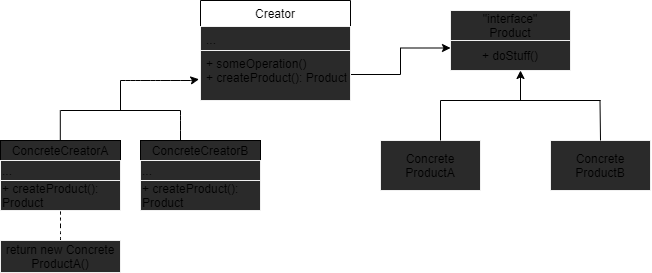
Above: DesignPatterns/Creational Design Patterns/Factory/diagram.drawio.png in youngboy-who-wants-to-learn-js/OOP (draw.io), before the change. Source tidied: cells renumbered, new cells last; positions are measured from the earlier drawing's top-left corner, leaving out a move shared by most shapes.
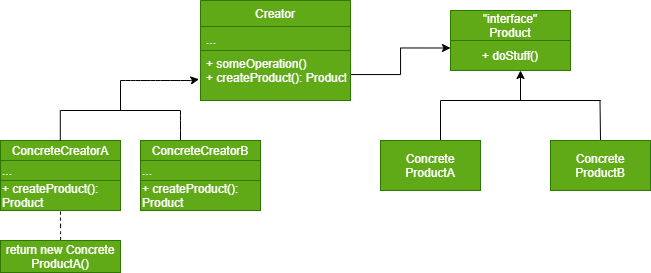
After the change.

Diff of the diagram source:
```diff
@@ -5,16 +5,16 @@
     <mxCell id="2" style="edgeStyle=orthogonalEdgeStyle;rounded=0;jettySize=auto;html=1;exitX=1;exitY=1;exitDx=0;exitDy=0;entryX=0;entryY=0.25;entryDx=0;entryDy=0;" parent="1" edge="1" source="3" target="7">
       <mxGeometry relative="1" as="geometry" />
     </mxCell>
-    <mxCell id="3" value="Creator" style="swimlane;fontStyle=0;horizontal=1;startSize=26;" parent="1" vertex="1">
+    <mxCell id="3" value="Creator" style="swimlane;fontStyle=0;horizontal=1;startSize=26;fillColor=#60a917;strokeColor=#2D7600;fontColor=#ffffff;" parent="1" vertex="1">
       <mxGeometry x="200" width="150" height="54" as="geometry" />
     </mxCell>
-    <mxCell id="4" value="..." style="text;align=left;verticalAlign=top;spacingLeft=4;spacingRight=4;overflow=hidden;fillColor=#2a2a2a;strokeColor=#f0f0f0;" parent="3" vertex="1">
+    <mxCell id="4" value="..." style="text;align=left;verticalAlign=top;spacingLeft=4;spacingRight=4;overflow=hidden;fillColor=#60a917;strokeColor=#2D7600;fontColor=#ffffff;" parent="3" vertex="1">
       <mxGeometry y="26" width="150" height="28" as="geometry" />
     </mxCell>
-    <mxCell id="5" value="+ someOperation()&#10;+ createProduct(): Product" style="text;align=left;verticalAlign=top;spacingLeft=4;spacingRight=4;overflow=hidden;points=[[0,0.5],[1,0.5]];portConstraint=eastwest;fillColor=#2a2a2a;strokeColor=#f0f0f0;" parent="1" vertex="1">
+    <mxCell id="5" value="+ someOperation()&#10;+ createProduct(): Product" style="text;align=left;verticalAlign=top;spacingLeft=4;spacingRight=4;overflow=hidden;points=[[0,0.5],[1,0.5]];portConstraint=eastwest;fillColor=#60a917;strokeColor=#2D7600;fontColor=#ffffff;" parent="1" vertex="1">
       <mxGeometry x="200" y="50" width="150" height="50" as="geometry" />
     </mxCell>
-    <mxCell id="6" value="&quot;interface&quot;&lt;br&gt;Product" style="rounded=0;whiteSpace=wrap;html=1;strokeColor=#f0f0f0;fillColor=#2a2a2a;" parent="1" vertex="1">
+    <mxCell id="6" value="&quot;interface&quot;&lt;br&gt;Product" style="rounded=0;whiteSpace=wrap;html=1;strokeColor=#2D7600;fillColor=#60a917;fontColor=#ffffff;" parent="1" vertex="1">
       <mxGeometry x="450" y="10" width="120" height="30" as="geometry" />
     </mxCell>
     <mxCell id="7" value="+ doStuff()" style="rounded=0;whiteSpace=wrap;html=1;strokeColor=#f0f0f0;fillColor=#2a2a2a;" parent="1" vertex="1">
@@ -50,7 +50,7 @@
         <mxPoint x="520" y="70" as="targetPoint" />
       </mxGeometry>
     </mxCell>
-    <mxCell id="14" value="ConcreteCreatorA&lt;br&gt;" style="rounded=0;whiteSpace=wrap;html=1;fillColor=#2a2a2a;" parent="1" vertex="1">
+    <mxCell id="14" value="ConcreteCreatorA&lt;br&gt;" style="rounded=0;whiteSpace=wrap;html=1;fillColor=#60a917;strokeColor=#2D7600;fontColor=#ffffff;" parent="1" vertex="1">
       <mxGeometry y="140" width="120" height="20" as="geometry" />
     </mxCell>
     <mxCell id="15" style="endArrow=none;html=1;" parent="1" edge="1">
@@ -102,26 +102,47 @@
     <mxCell id="22" style="edgeStyle=orthogonalEdgeStyle;curved=1;jettySize=auto;html=1;entryX=0.5;entryY=1;entryDx=0;entryDy=0;dashed=1;endArrow=none;endFill=0;" parent="1" edge="1" source="23" target="26">
       <mxGeometry relative="1" as="geometry" />
     </mxCell>
-    <mxCell id="23" value="&lt;font style=&quot;font-size: 12px&quot;&gt;return new Concrete ProductA()&lt;/font&gt;" style="rounded=0;whiteSpace=wrap;html=1;strokeColor=#f0f0f0;fillColor=#2a2a2a;" parent="1" vertex="1">
+    <mxCell id="23" value="&lt;font style=&quot;font-size: 12px&quot;&gt;return new Concrete ProductA()&lt;/font&gt;" style="rounded=0;whiteSpace=wrap;html=1;strokeColor=#2D7600;fillColor=#60a917;fontColor=#ffffff;" parent="1" vertex="1">
       <mxGeometry y="240" width="120" height="32" as="geometry" />
     </mxCell>
     <mxCell id="24" style="endArrow=none;dashed=1;html=1;dashPattern=1 3;strokeWidth=2;startArrow=none;" parent="1" edge="1" source="25" target="14">
       <mxGeometry relative="1" as="geometry" />
     </mxCell>
-    <mxCell id="25" value="..." style="rounded=0;whiteSpace=wrap;html=1;strokeColor=#f0f0f0;fillColor=#2a2a2a;align=left;" parent="1" vertex="1">
+    <mxCell id="25" value="..." style="rounded=0;whiteSpace=wrap;html=1;strokeColor=#2D7600;fillColor=#60a917;align=left;fontColor=#ffffff;" parent="1" vertex="1">
       <mxGeometry y="160" width="120" height="20" as="geometry" />
     </mxCell>
-    <mxCell id="26" value="+ createProduct(): Product" style="rounded=0;whiteSpace=wrap;html=1;strokeColor=#f0f0f0;fillColor=#2a2a2a;align=left;" parent="1" vertex="1">
+    <mxCell id="26" value="+ createProduct(): Product" style="rounded=0;whiteSpace=wrap;html=1;strokeColor=#2D7600;fillColor=#60a917;align=left;fontColor=#ffffff;" parent="1" vertex="1">
       <mxGeometry y="180" width="120" height="30" as="geometry" />
     </mxCell>
-    <mxCell id="27" value="ConcreteCreatorB" style="rounded=0;whiteSpace=wrap;html=1;fillColor=#2a2a2a;" parent="1" vertex="1">
+    <mxCell id="27" value="ConcreteCreatorB" style="rounded=0;whiteSpace=wrap;html=1;fillColor=#60a917;strokeColor=#2D7600;fontColor=#ffffff;" parent="1" vertex="1">
       <mxGeometry x="140" y="140" width="120" height="20" as="geometry" />
     </mxCell>
-    <mxCell id="28" value="..." style="rounded=0;whiteSpace=wrap;html=1;strokeColor=#f0f0f0;fillColor=#2a2a2a;align=left;" parent="1" vertex="1">
+    <mxCell id="28" value="..." style="rounded=0;whiteSpace=wrap;html=1;strokeColor=#2D7600;fillColor=#60a917;align=left;fontColor=#ffffff;" parent="1" vertex="1">
       <mxGeometry x="140" y="160" width="120" height="20" as="geometry" />
     </mxCell>
-    <mxCell id="29" value="+ createProduct(): Product" style="rounded=0;whiteSpace=wrap;html=1;strokeColor=#f0f0f0;fillColor=#2a2a2a;align=left;" parent="1" vertex="1">
+    <mxCell id="29" value="+ createProduct(): Product" style="rounded=0;whiteSpace=wrap;html=1;strokeColor=#2D7600;fillColor=#60a917;align=left;fontColor=#ffffff;" parent="1" vertex="1">
       <mxGeometry x="140" y="180" width="120" height="30" as="geometry" />
     </mxCell>
+    <mxCell id="30" value="&lt;font style=&quot;font-size: 12px&quot;&gt;return new Concrete ProductA()&lt;/font&gt;" style="rounded=0;whiteSpace=wrap;html=1;strokeColor=#2D7600;fillColor=#60a917;fontColor=#ffffff;" parent="1" vertex="1">
+      <mxGeometry y="240" width="120" height="32" as="geometry" />
+    </mxCell>
+    <mxCell id="31" value="+ createProduct(): Product" style="rounded=0;whiteSpace=wrap;html=1;strokeColor=#2D7600;fillColor=#60a917;align=left;fontColor=#ffffff;" parent="1" vertex="1">
+      <mxGeometry x="140" y="180" width="120" height="30" as="geometry" />
+    </mxCell>
+    <mxCell id="32" value="..." style="rounded=0;whiteSpace=wrap;html=1;strokeColor=#2D7600;fillColor=#60a917;align=left;fontColor=#ffffff;" parent="1" vertex="1">
+      <mxGeometry x="140" y="160" width="120" height="20" as="geometry" />
+    </mxCell>
+    <mxCell id="33" value="ConcreteCreatorB" style="rounded=0;whiteSpace=wrap;html=1;fillColor=#60a917;strokeColor=#2D7600;fontColor=#ffffff;" parent="1" vertex="1">
+      <mxGeometry x="140" y="140" width="120" height="20" as="geometry" />
+    </mxCell>
+    <mxCell id="34" value="Concrete&lt;br&gt;ProductA" style="rounded=0;whiteSpace=wrap;html=1;strokeColor=#2D7600;fillColor=#60a917;fontColor=#ffffff;" parent="1" vertex="1">
+      <mxGeometry x="380" y="140" width="100" height="50" as="geometry" />
+    </mxCell>
+    <mxCell id="35" value="Concrete&lt;br&gt;ProductB" style="rounded=0;whiteSpace=wrap;html=1;strokeColor=#2D7600;fillColor=#60a917;fontColor=#ffffff;" parent="1" vertex="1">
+      <mxGeometry x="550" y="140" width="100" height="50" as="geometry" />
+    </mxCell>
+    <mxCell id="36" value="+ doStuff()" style="rounded=0;whiteSpace=wrap;html=1;strokeColor=#2D7600;fillColor=#60a917;fontColor=#ffffff;" parent="1" vertex="1">
+      <mxGeometry x="450" y="40" width="120" height="30" as="geometry" />
+    </mxCell>
   </root>
 </mxGraphModel>
```
